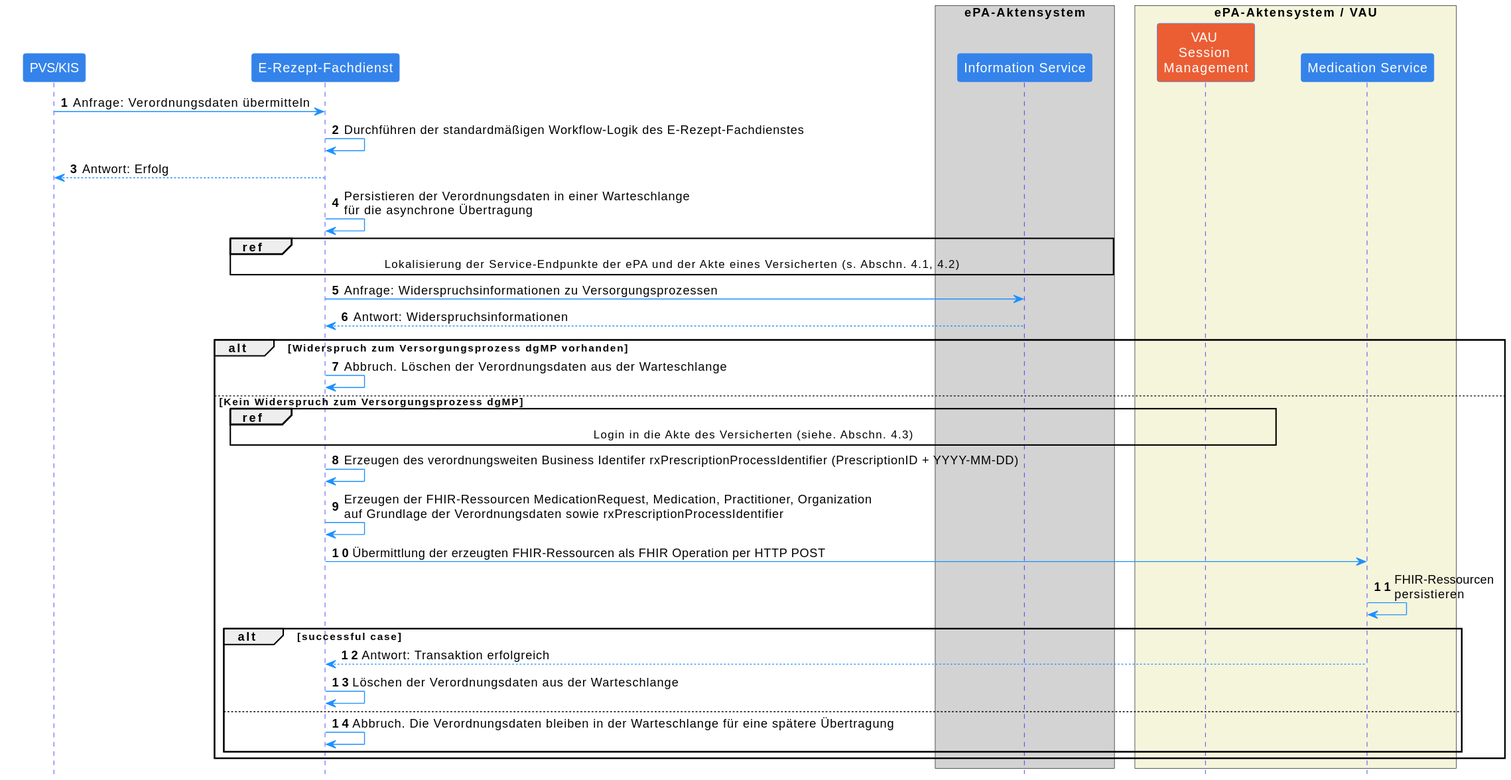
Above: images/plantuml/medicationmanagement.request.svg in gematik/ePA-Medication (PlantUML), before the change. Source of this version:
```plantuml
@startuml

skinparam Shadowing false
skinparam ParticipantPadding 20
skinparam BoxPadding 10

skinparam sequence {
    ArrowColor DodgerBlue
    ActorBorderColor DodgerBlue
    LifeLineBorderColor Blue

    ParticipantBackgroundColor #3483eb
    ParticipantBorderColor #3483eb
    ParticipantFontSize 14
    ParticipantFontColor White

    ActorBackgroundColor #3483eb
    ActorFontSize 14
    NoteBackgroundColor #3483eb
}

hide footbox
autonumber

participant "PVS/KIS" as PVS
participant "E-Rezept-Fachdienst" as ERFD

box "ePA-Aktensystem" #LightGray
    participant "Information Service" as IS
end box

box "ePA-Aktensystem / VAU" #Beige
    participant "VAU \nSession \nManagement" as VAU #eb5e34
    participant "Medication Service" as EPA
end box

PVS -> ERFD: Anfrage: Verordnungsdaten übermitteln
ERFD -> ERFD: Durchführen der standardmäßigen Workflow-Logik des E-Rezept-Fachdienstes
ERFD --> PVS: Antwort: Erfolg

ERFD -> ERFD: Persistieren der Verordnungsdaten in einer Warteschlange\nfür die asynchrone Übertragung

ref over ERFD, IS: Lokalisierung der Service-Endpunkte der ePA und der Akte eines Versicherten (s. Abschn. 4.1, 4.2)

ERFD -> IS: Anfrage: Widerspruchsinformationen zu Versorgungsprozessen
IS --> ERFD: Antwort: Widerspruchsinformationen

alt Widerspruch zum Versorgungsprozess dgMP vorhanden
    ERFD -> ERFD: Abbruch. Löschen der Verordnungsdaten aus der Warteschlange
else Kein Widerspruch zum Versorgungsprozess dgMP

    ref over ERFD, VAU: Login in die Akte des Versicherten (siehe. Abschn. 4.3)

    ERFD -> ERFD: Erzeugen des verordnungsweiten Business Identifer rxPrescriptionProcessIdentifier (PrescriptionID + YYYY-MM-DD)
    ERFD -> ERFD: Erzeugen der FHIR-Ressourcen MedicationRequest, Medication, Practitioner, Organization\nauf Grundlage der Verordnungsdaten sowie rxPrescriptionProcessIdentifier
    ERFD -> EPA: Übermittlung der erzeugten FHIR-Ressourcen als FHIR Operation per HTTP POST
    EPA -> EPA: FHIR-Ressourcen\npersistieren

    alt successful case
        EPA --> ERFD: Antwort: Transaktion erfolgreich
        ERFD -> ERFD: Löschen der Verordnungsdaten aus der Warteschlange
    else
        ERFD -> ERFD: Abbruch. Die Verordnungsdaten bleiben in der Warteschlange für eine spätere Übertragung
    end

end

@enduml
```
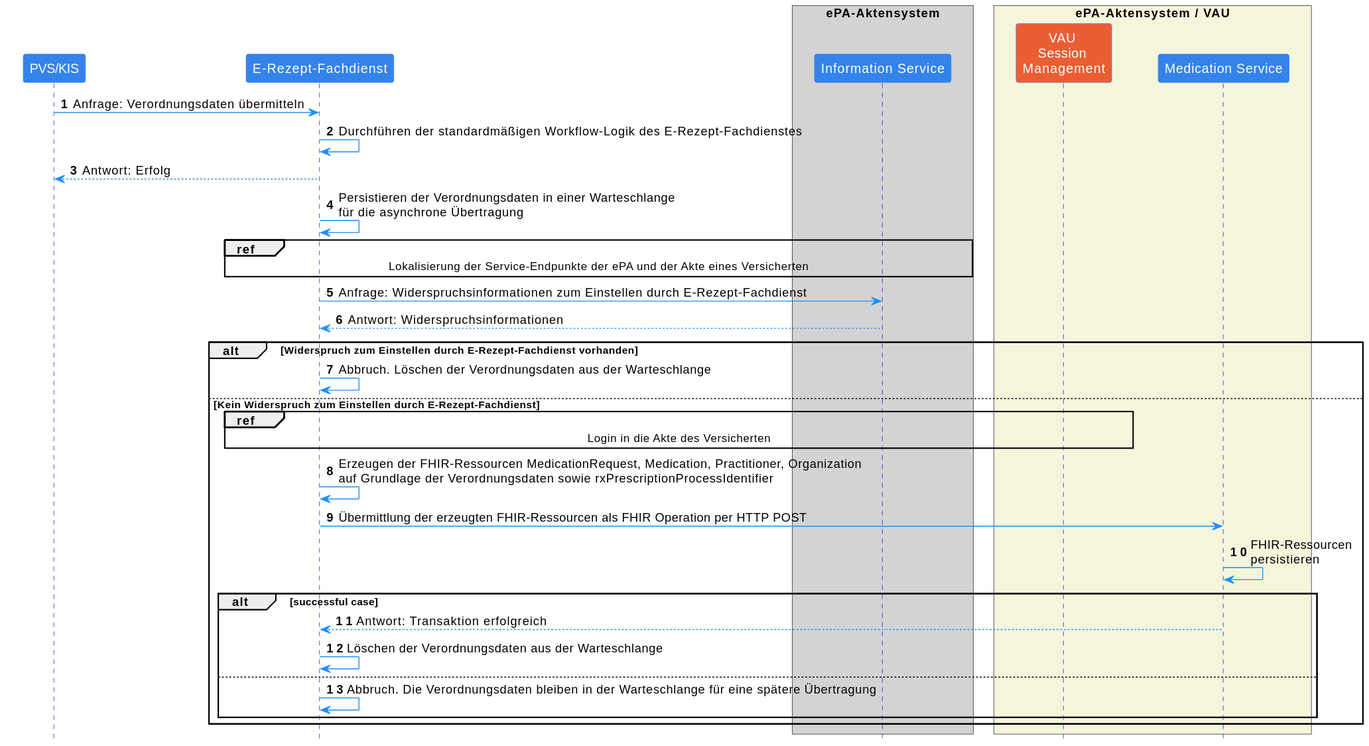
After the change.

What changed in the source:
```diff
@@ -1,5 +1,4 @@
 @startuml
-
 skinparam Shadowing false
 skinparam ParticipantPadding 20
 skinparam BoxPadding 10
@@ -40,18 +39,17 @@
 
 ERFD -> ERFD: Persistieren der Verordnungsdaten in einer Warteschlange\nfür die asynchrone Übertragung
 
-ref over ERFD, IS: Lokalisierung der Service-Endpunkte der ePA und der Akte eines Versicherten (s. Abschn. 4.1, 4.2)
+ref over ERFD, IS: Lokalisierung der Service-Endpunkte der ePA und der Akte eines Versicherten
 
-ERFD -> IS: Anfrage: Widerspruchsinformationen zu Versorgungsprozessen
+ERFD -> IS: Anfrage: Widerspruchsinformationen zum Einstellen durch E-Rezept-Fachdienst
 IS --> ERFD: Antwort: Widerspruchsinformationen
 
-alt Widerspruch zum Versorgungsprozess dgMP vorhanden
+alt Widerspruch zum Einstellen durch E-Rezept-Fachdienst vorhanden
     ERFD -> ERFD: Abbruch. Löschen der Verordnungsdaten aus der Warteschlange
-else Kein Widerspruch zum Versorgungsprozess dgMP
+else Kein Widerspruch zum Einstellen durch E-Rezept-Fachdienst
 
-    ref over ERFD, VAU: Login in die Akte des Versicherten (siehe. Abschn. 4.3)
+    ref over ERFD, VAU: Login in die Akte des Versicherten
 
-    ERFD -> ERFD: Erzeugen des verordnungsweiten Business Identifer rxPrescriptionProcessIdentifier (PrescriptionID + YYYY-MM-DD)
     ERFD -> ERFD: Erzeugen der FHIR-Ressourcen MedicationRequest, Medication, Practitioner, Organization\nauf Grundlage der Verordnungsdaten sowie rxPrescriptionProcessIdentifier
     ERFD -> EPA: Übermittlung der erzeugten FHIR-Ressourcen als FHIR Operation per HTTP POST
     EPA -> EPA: FHIR-Ressourcen\npersistieren
@@ -64,5 +62,4 @@
     end
 
 end
-
 @enduml
```
